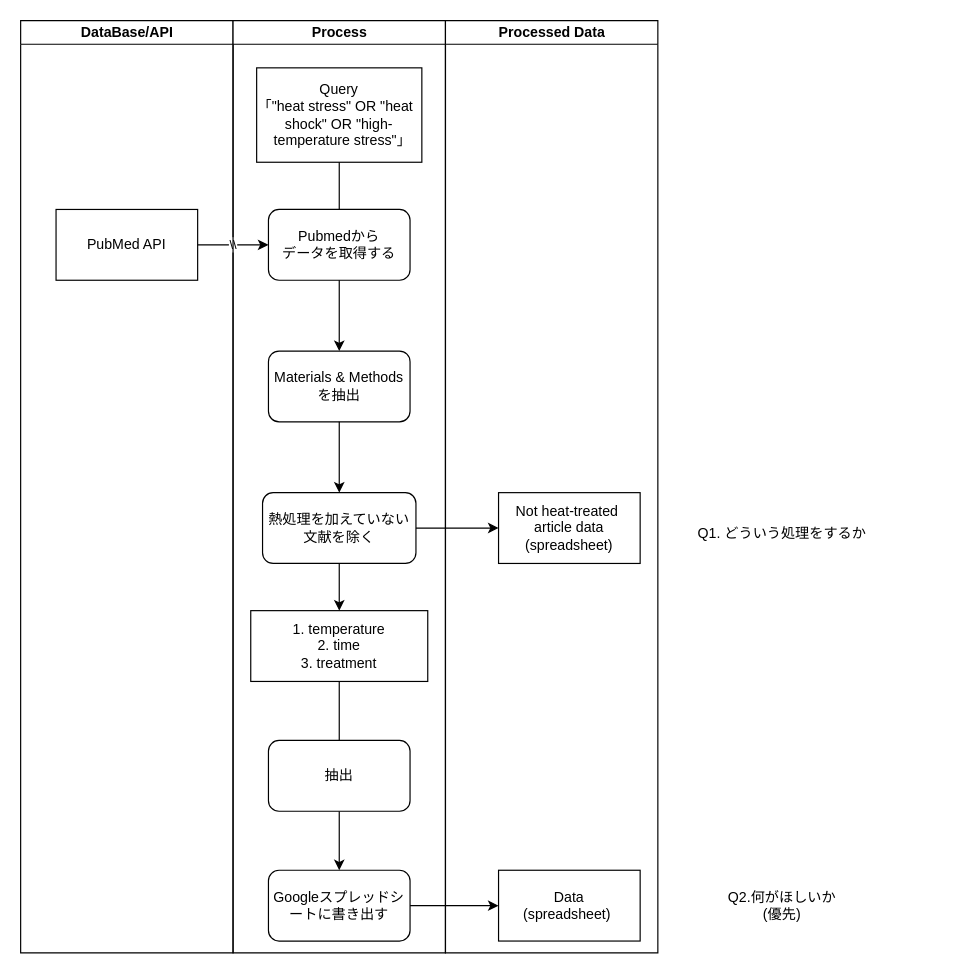
This is documents/yonezawa.drawio from dogrun-inc/research_extract, a draw.io file, before an edit. Source tidied: cells renumbered, new cells numbered last; positions are measured from the earlier drawing's top-left corner, leaving out a move shared by most shapes. Both pictures are drawn from the tidied source at 118%, with x=0, y=0 at pixel (20, 20).
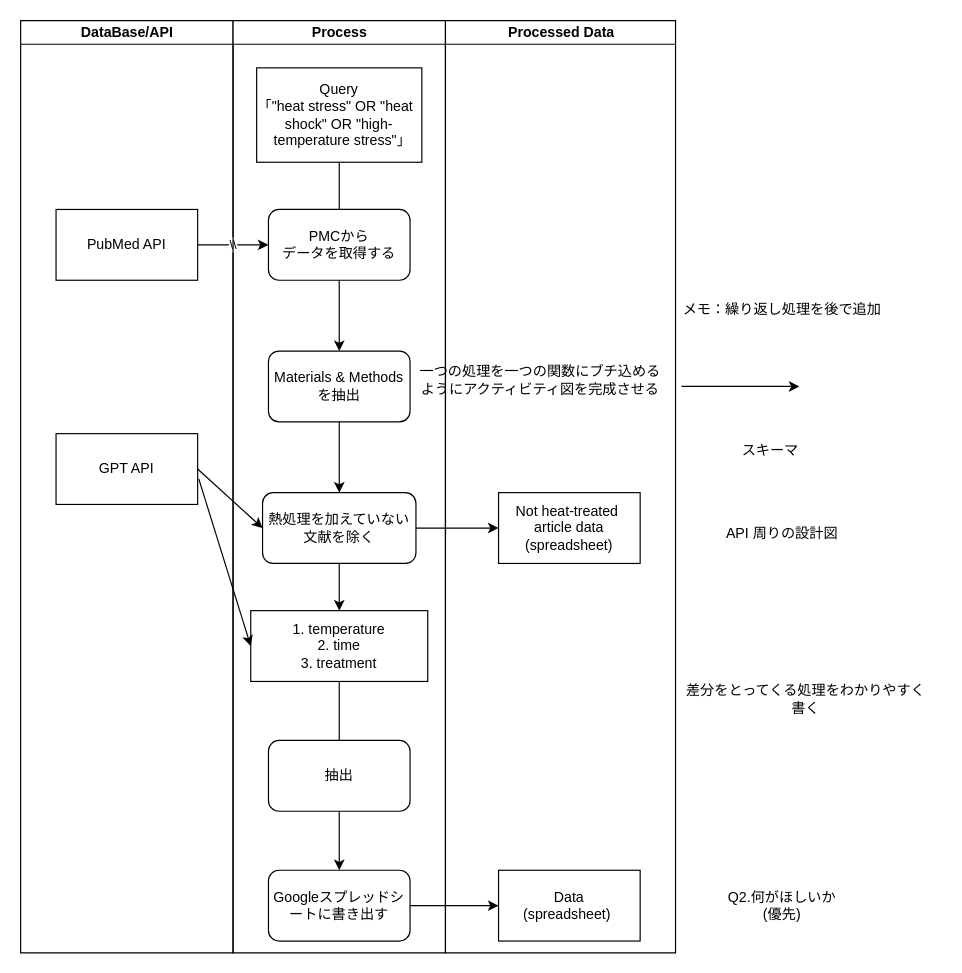
The same page after the edit.

The change refers to these unchanged cells:
```xml
<mxCell id="2" value="DataBase/API" style="swimlane;startSize=20;html=1;fillColor=default;swimlaneFillColor=default;" parent="1" vertex="1">
  <mxGeometry width="180" height="790" as="geometry" />
</mxCell>
<mxCell id="6" value="Process&lt;br&gt;" style="swimlane;startSize=20;html=1;" parent="1" vertex="1">
  <mxGeometry x="180" width="180" height="790" as="geometry" />
</mxCell>
<mxCell id="9" value="熱処理を加えていない文献を除く" style="rounded=1;whiteSpace=wrap;html=1;" parent="6" vertex="1">
  <mxGeometry x="25" y="400" width="130" height="60" as="geometry" />
</mxCell>
<mxCell id="12" value="1. temperature&lt;br&gt;2. time&lt;br&gt;3. treatment" style="rounded=0;whiteSpace=wrap;html=1;" parent="6" vertex="1">
  <mxGeometry x="15" y="500" width="150" height="60" as="geometry" />
</mxCell>
```

What changed in the source:
```diff
@@
+    <mxCell id="26" value="GPT API" style="rounded=0;whiteSpace=wrap;html=1;" parent="2" vertex="1">
+      <mxGeometry x="30" y="350" width="120" height="60" as="geometry" />
+    </mxCell>
@@
-    <mxCell id="10" value="Pubmedから&lt;br&gt;データを取得する" style="rounded=1;whiteSpace=wrap;html=1;" parent="6" vertex="1">
+    <mxCell id="10" value="PMCから&lt;br&gt;データを取得する" style="rounded=1;whiteSpace=wrap;html=1;" parent="6" vertex="1">
       <mxGeometry x="30" y="160" width="120" height="60" as="geometry" />
     </mxCell>
@@
     <mxCell id="19" value="Processed Data" style="swimlane;startSize=20;html=1;" parent="1" vertex="1">
-      <mxGeometry x="360" width="180" height="790" as="geometry" />
+      <mxGeometry x="360" width="195" height="790" as="geometry" />
     </mxCell>
@@
+    <mxCell id="27" value="一つの処理を一つの関数にブチ込める&lt;br&gt;ようにアクティビティ図を完成させる" style="text;html=1;align=center;verticalAlign=middle;strokeColor=none;fillColor=none;" parent="19" vertex="1">
+      <mxGeometry x="-35" y="285" width="230" height="40" as="geometry" />
+    </mxCell>
@@
-    <mxCell id="23" value="Q1. どういう処理をするか" style="text;html=1;align=center;verticalAlign=middle;strokeColor=none;fillColor=none;" parent="1" vertex="1">
-      <mxGeometry x="560" y="420" width="170" height="30" as="geometry" />
+    <mxCell id="23" value="API 周りの設計図" style="text;html=1;align=center;verticalAlign=middle;strokeColor=none;fillColor=none;" parent="1" vertex="1">
+      <mxGeometry x="585" y="420" width="120" height="30" as="geometry" />
     </mxCell>
@@
+    <mxCell id="28" style="endArrow=classic;html=1;entryX=0;entryY=0.5;entryDx=0;entryDy=0;exitX=1.008;exitY=0.639;exitDx=0;exitDy=0;exitPerimeter=0;" parent="1" edge="1" source="26" target="12">
+      <mxGeometry relative="1" as="geometry" />
+    </mxCell>
+    <mxCell id="29" value="メモ：繰り返し処理を後で追加" style="text;html=1;align=center;verticalAlign=middle;strokeColor=none;fillColor=none;" parent="1" vertex="1">
+      <mxGeometry x="550" y="230" width="190" height="30" as="geometry" />
+    </mxCell>
+    <mxCell id="30" value="差分をとってくる処理をわかりやすく&lt;br&gt;書く" style="text;html=1;align=center;verticalAlign=middle;strokeColor=none;fillColor=none;" parent="1" vertex="1">
+      <mxGeometry x="550" y="555" width="230" height="40" as="geometry" />
+    </mxCell>
+    <mxCell id="31" style="edgeStyle=none;orthogonalLoop=1;jettySize=auto;html=1;" parent="1" edge="1">
+      <mxGeometry relative="1" as="geometry">
+        <mxPoint x="560" y="310" as="sourcePoint" />
+        <mxPoint x="660" y="310" as="targetPoint" />
+      </mxGeometry>
+    </mxCell>
+    <mxCell id="32" value="スキーマ" style="text;html=1;align=center;verticalAlign=middle;strokeColor=none;fillColor=none;" parent="1" vertex="1">
+      <mxGeometry x="600" y="350" width="70" height="30" as="geometry" />
+    </mxCell>
+    <mxCell id="33" style="endArrow=classic;html=1;entryX=0;entryY=0.5;entryDx=0;entryDy=0;exitX=1;exitY=0.5;exitDx=0;exitDy=0;" parent="1" edge="1" source="26" target="9">
+      <mxGeometry relative="1" as="geometry" />
+    </mxCell>
```
